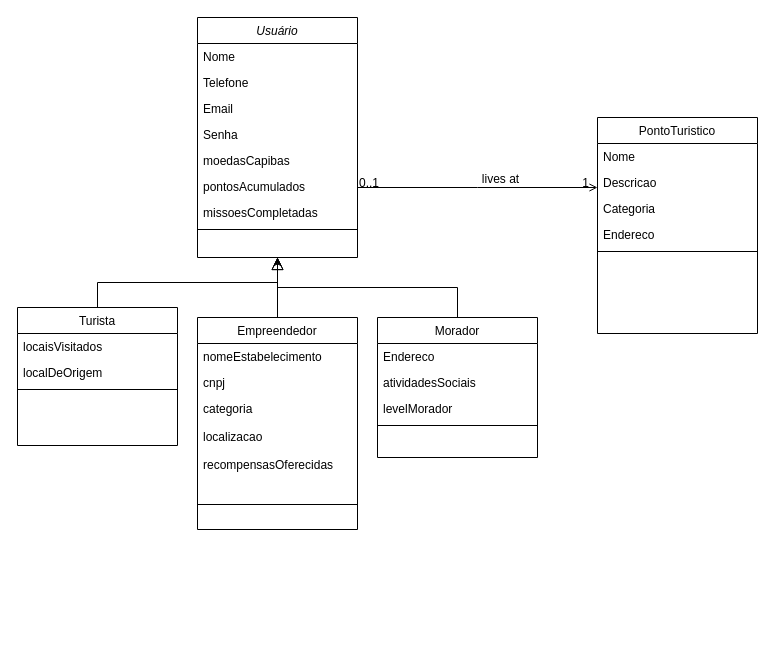
Earlier version of the draw.io diagram Diagrama RECIFIDADES.drawio (vitoryamedeiros/repo_faculdade). Source tidied: cells renumbered, new cells numbered last; positions are measured from the earlier drawing's top-left corner, leaving out a move shared by most shapes. Both pictures are drawn from the tidied source at 100%, with x=0, y=0 at pixel (17, 17).
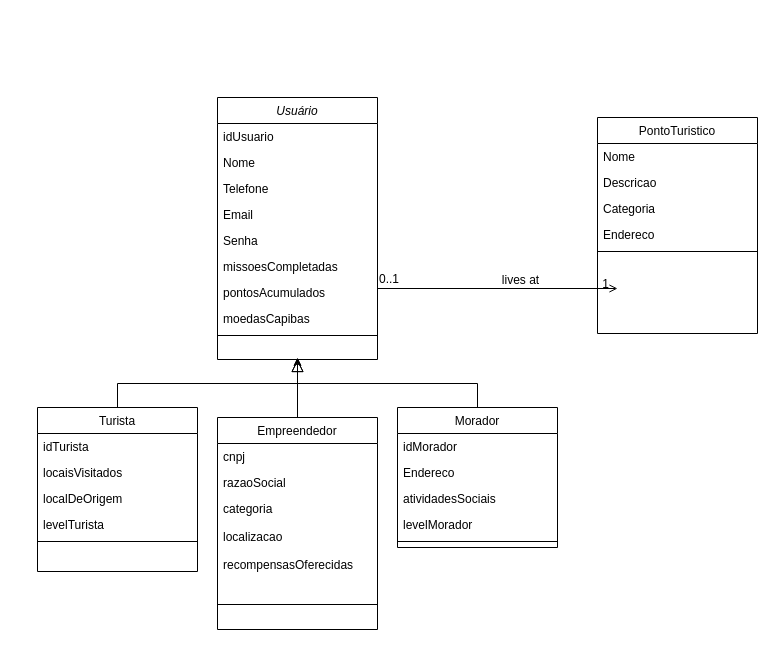
The same page after the edit.

The change refers to these unchanged cells:
```xml
<mxCell id="22" value="PontoTuristico" style="swimlane;fontStyle=0;align=center;verticalAlign=top;horizontal=1;startSize=26;rounded=0;shadow=0;strokeWidth=1;" parent="1" vertex="1">
  <mxGeometry x="580" y="100" width="160" height="216" as="geometry" />
</mxCell>
```

The edit, as a diff of the source:
```diff
@@
     <mxCell id="2" value="Usuário&#10;" style="swimlane;fontStyle=2;align=center;verticalAlign=top;horizontal=1;startSize=26;rounded=0;shadow=0;strokeWidth=1;" parent="1" vertex="1">
-      <mxGeometry x="180" width="160" height="240" as="geometry" />
+      <mxGeometry x="200" y="80" width="160" height="262" as="geometry" />
     </mxCell>
+    <mxCell id="40" value="idUsuario" style="text;align=left;verticalAlign=top;spacingLeft=4;spacingRight=4;overflow=hidden;" parent="2" vertex="1">
+      <mxGeometry y="26" width="160" height="26" as="geometry" />
+    </mxCell>
     <mxCell id="3" value="Nome" style="text;align=left;verticalAlign=top;spacingLeft=4;spacingRight=4;overflow=hidden;" parent="2" vertex="1">
-      <mxGeometry y="26" width="160" height="26" as="geometry" />
+      <mxGeometry y="52" width="160" height="26" as="geometry" />
     </mxCell>
     <mxCell id="4" value="Telefone" style="text;align=left;verticalAlign=top;spacingLeft=4;spacingRight=4;overflow=hidden;rounded=0;shadow=0;html=0;" parent="2" vertex="1">
-      <mxGeometry y="52" width="160" height="26" as="geometry" />
+      <mxGeometry y="78" width="160" height="26" as="geometry" />
     </mxCell>
     <mxCell id="5" value="Email" style="text;align=left;verticalAlign=top;spacingLeft=4;spacingRight=4;overflow=hidden;rounded=0;shadow=0;html=0;" parent="2" vertex="1">
-      <mxGeometry y="78" width="160" height="26" as="geometry" />
+      <mxGeometry y="104" width="160" height="26" as="geometry" />
     </mxCell>
     <mxCell id="6" value="Senha" style="text;align=left;verticalAlign=top;spacingLeft=4;spacingRight=4;overflow=hidden;rounded=0;shadow=0;html=0;" parent="2" vertex="1">
-      <mxGeometry y="104" width="160" height="26" as="geometry" />
+      <mxGeometry y="130" width="160" height="26" as="geometry" />
     </mxCell>
+    <mxCell id="9" value="missoesCompletadas" style="text;align=left;verticalAlign=top;spacingLeft=4;spacingRight=4;overflow=hidden;" parent="2" vertex="1">
+      <mxGeometry y="156" width="160" height="26" as="geometry" />
+    </mxCell>
+    <mxCell id="8" value="pontosAcumulados" style="text;align=left;verticalAlign=top;spacingLeft=4;spacingRight=4;overflow=hidden;rounded=0;shadow=0;html=0;" parent="2" vertex="1">
+      <mxGeometry y="182" width="160" height="26" as="geometry" />
+    </mxCell>
     <mxCell id="7" value="moedasCapibas" style="text;align=left;verticalAlign=top;spacingLeft=4;spacingRight=4;overflow=hidden;rounded=0;shadow=0;html=0;" parent="2" vertex="1">
-      <mxGeometry y="130" width="160" height="26" as="geometry" />
+      <mxGeometry y="208" width="160" height="26" as="geometry" />
     </mxCell>
-    <mxCell id="8" value="pontosAcumulados" style="text;align=left;verticalAlign=top;spacingLeft=4;spacingRight=4;overflow=hidden;rounded=0;shadow=0;html=0;" parent="2" vertex="1">
-      <mxGeometry y="156" width="160" height="26" as="geometry" />
-    </mxCell>
-    <mxCell id="9" value="missoesCompletadas" style="text;align=left;verticalAlign=top;spacingLeft=4;spacingRight=4;overflow=hidden;" parent="2" vertex="1">
-      <mxGeometry y="182" width="160" height="26" as="geometry" />
-    </mxCell>
     <mxCell id="10" style="line;html=1;strokeWidth=1;align=left;verticalAlign=middle;spacingTop=-1;spacingLeft=3;spacingRight=3;labelPosition=right;" parent="2" vertex="1">
-      <mxGeometry y="208" width="160" height="8" as="geometry" />
+      <mxGeometry y="234" width="160" height="8" as="geometry" />
     </mxCell>
     <mxCell id="11" value="Turista" style="swimlane;fontStyle=0;align=center;verticalAlign=top;horizontal=1;startSize=26;rounded=0;shadow=0;strokeWidth=1;" parent="1" vertex="1">
-      <mxGeometry y="290" width="160" height="138" as="geometry" />
+      <mxGeometry x="20" y="390" width="160" height="164" as="geometry" />
     </mxCell>
+    <mxCell id="41" value="idTurista" style="text;align=left;verticalAlign=top;spacingLeft=4;spacingRight=4;overflow=hidden;" parent="11" vertex="1">
+      <mxGeometry y="26" width="160" height="26" as="geometry" />
+    </mxCell>
     <mxCell id="12" value="locaisVisitados" style="text;align=left;verticalAlign=top;spacingLeft=4;spacingRight=4;overflow=hidden;" parent="11" vertex="1">
-      <mxGeometry y="26" width="160" height="26" as="geometry" />
+      <mxGeometry y="52" width="160" height="26" as="geometry" />
     </mxCell>
     <mxCell id="13" value="localDeOrigem" style="text;align=left;verticalAlign=top;spacingLeft=4;spacingRight=4;overflow=hidden;rounded=0;shadow=0;html=0;" parent="11" vertex="1">
-      <mxGeometry y="52" width="160" height="26" as="geometry" />
+      <mxGeometry y="78" width="160" height="26" as="geometry" />
     </mxCell>
+    <mxCell id="42" value="levelTurista" style="text;align=left;verticalAlign=top;spacingLeft=4;spacingRight=4;overflow=hidden;" parent="11" vertex="1">
+      <mxGeometry y="104" width="160" height="26" as="geometry" />
+    </mxCell>
     <mxCell id="14" style="line;html=1;strokeWidth=1;align=left;verticalAlign=middle;spacingTop=-1;spacingLeft=3;spacingRight=3;labelPosition=right;" parent="11" vertex="1">
-      <mxGeometry y="78" width="160" height="8" as="geometry" />
+      <mxGeometry y="130" width="160" height="8" as="geometry" />
     </mxCell>
@@
     <mxCell id="16" value="Morador" style="swimlane;fontStyle=0;align=center;verticalAlign=top;horizontal=1;startSize=26;rounded=0;shadow=0;strokeWidth=1;" parent="1" vertex="1">
-      <mxGeometry x="360" y="300" width="160" height="140" as="geometry" />
+      <mxGeometry x="380" y="390" width="160" height="140" as="geometry" />
     </mxCell>
+    <mxCell id="43" value="idMorador" style="text;align=left;verticalAlign=top;spacingLeft=4;spacingRight=4;overflow=hidden;" parent="16" vertex="1">
+      <mxGeometry y="26" width="160" height="26" as="geometry" />
+    </mxCell>
     <mxCell id="17" value="Endereco" style="text;align=left;verticalAlign=top;spacingLeft=4;spacingRight=4;overflow=hidden;" parent="16" vertex="1">
-      <mxGeometry y="26" width="160" height="26" as="geometry" />
+      <mxGeometry y="52" width="160" height="26" as="geometry" />
     </mxCell>
     <mxCell id="18" value="atividadesSociais" style="text;align=left;verticalAlign=top;spacingLeft=4;spacingRight=4;overflow=hidden;" parent="16" vertex="1">
-      <mxGeometry y="52" width="160" height="26" as="geometry" />
+      <mxGeometry y="78" width="160" height="26" as="geometry" />
     </mxCell>
     <mxCell id="19" value="levelMorador" style="text;align=left;verticalAlign=top;spacingLeft=4;spacingRight=4;overflow=hidden;" parent="16" vertex="1">
-      <mxGeometry y="78" width="160" height="26" as="geometry" />
+      <mxGeometry y="104" width="160" height="26" as="geometry" />
     </mxCell>
     <mxCell id="20" style="line;html=1;strokeWidth=1;align=left;verticalAlign=middle;spacingTop=-1;spacingLeft=3;spacingRight=3;labelPosition=right;" parent="16" vertex="1">
-      <mxGeometry y="104" width="160" height="8" as="geometry" />
+      <mxGeometry y="130" width="160" height="8" as="geometry" />
     </mxCell>
@@
-    <mxCell id="28" style="endArrow=open;shadow=0;strokeWidth=1;rounded=0;curved=0;endFill=1;edgeStyle=elbowEdgeStyle;elbow=vertical;" parent="1" edge="1" source="2" target="22">
+    <mxCell id="28" style="endArrow=open;shadow=0;strokeWidth=1;rounded=0;curved=0;endFill=1;edgeStyle=elbowEdgeStyle;elbow=vertical;" parent="1" edge="1" source="2">
       <mxGeometry x="0.5" y="41" relative="1" as="geometry">
+        <mxPoint x="600" y="271.2" as="targetPoint" />
         <mxPoint x="-40" y="32" as="offset" />
       </mxGeometry>
     </mxCell>
     <mxCell id="29" value="0..1" style="align=left;verticalAlign=bottom;labelBackgroundColor=none;fontSize=12;" parent="28" vertex="1">
       <mxGeometry x="-1" relative="1" as="geometry">
-        <mxPoint y="4" as="offset" />
+        <mxPoint y="-1" as="offset" />
       </mxGeometry>
     </mxCell>
@@
     <mxCell id="32" style="edgeStyle=orthogonalEdgeStyle;rounded=0;jettySize=auto;html=1;" parent="1" edge="1" source="33">
       <mxGeometry relative="1" as="geometry">
-        <mxPoint x="260" y="240" as="targetPoint" />
+        <mxPoint x="280" y="340" as="targetPoint" />
       </mxGeometry>
     </mxCell>
     <mxCell id="33" value="Empreendedor" style="swimlane;fontStyle=0;align=center;verticalAlign=top;horizontal=1;startSize=26;rounded=0;shadow=0;strokeWidth=1;" parent="1" vertex="1">
-      <mxGeometry x="180" y="300" width="160" height="212" as="geometry" />
+      <mxGeometry x="200" y="400" width="160" height="212" as="geometry" />
     </mxCell>
+    <mxCell id="35" value="cnpj" style="text;align=left;verticalAlign=top;spacingLeft=4;spacingRight=4;overflow=hidden;" parent="33" vertex="1">
+      <mxGeometry y="26" width="160" height="26" as="geometry" />
+    </mxCell>
-    <mxCell id="34" value="nomeEstabelecimento" style="text;align=left;verticalAlign=top;spacingLeft=4;spacingRight=4;overflow=hidden;" parent="33" vertex="1">
-      <mxGeometry y="26" width="160" height="26" as="geometry" />
+    <mxCell id="34" value="razaoSocial" style="text;align=left;verticalAlign=top;spacingLeft=4;spacingRight=4;overflow=hidden;" parent="33" vertex="1">
+      <mxGeometry y="52" width="160" height="26" as="geometry" />
     </mxCell>
-    <mxCell id="35" value="cnpj" style="text;align=left;verticalAlign=top;spacingLeft=4;spacingRight=4;overflow=hidden;" parent="33" vertex="1">
-      <mxGeometry y="52" width="160" height="26" as="geometry" />
-    </mxCell>
```
